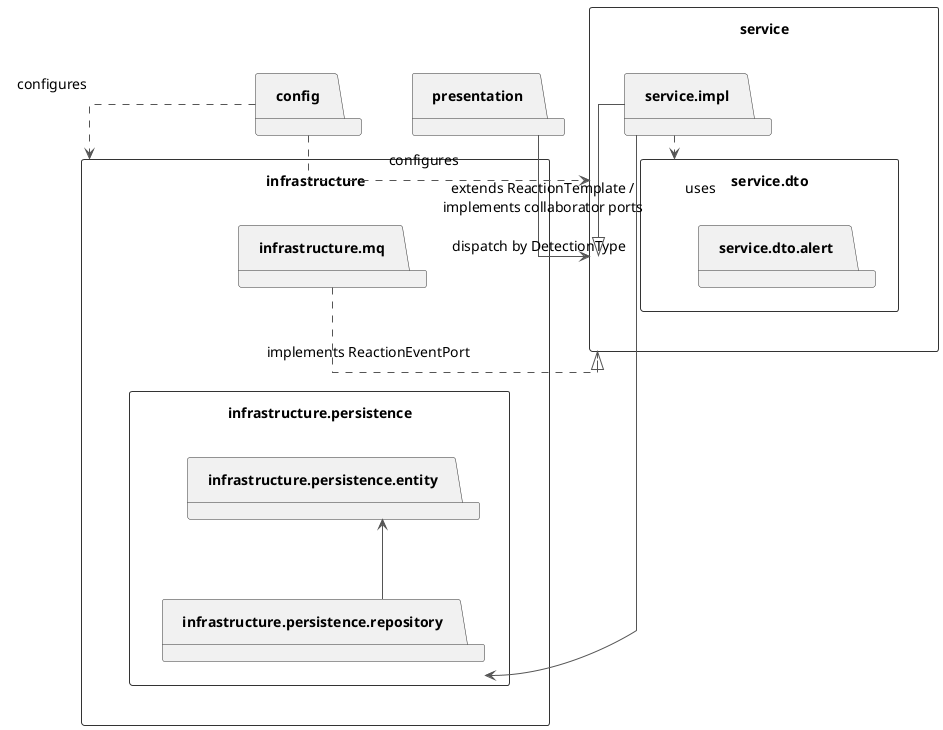
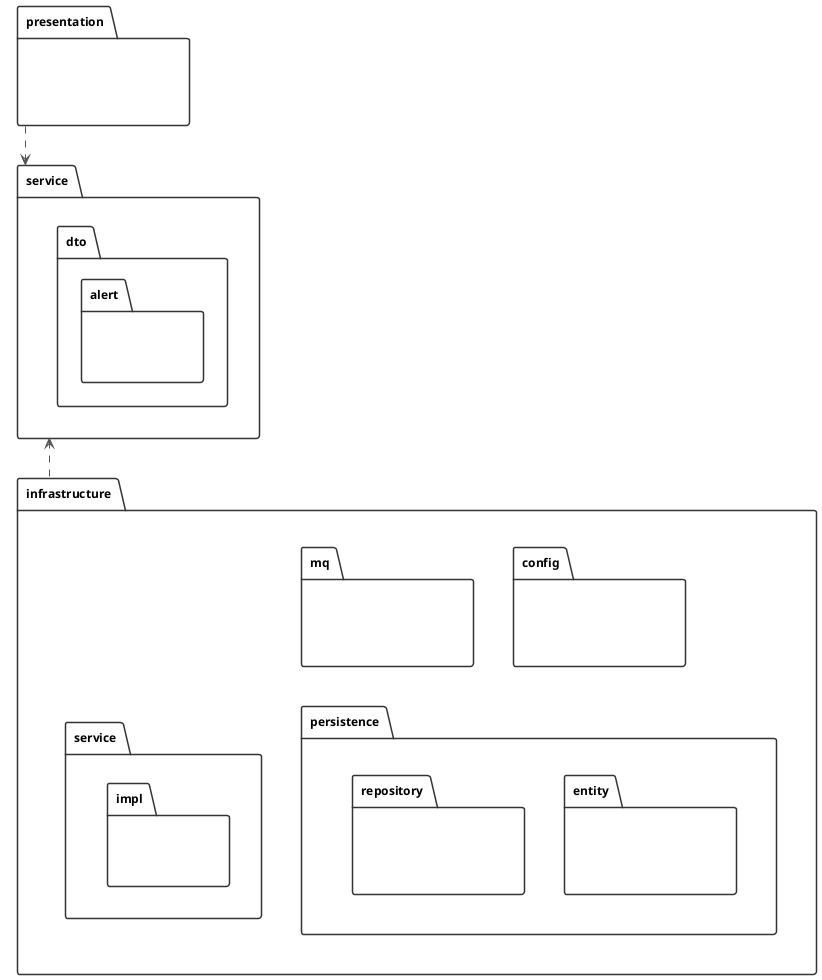
@startuml layered
top to bottom direction

skinparam shadowing false
- skinparam packageStyle rectangle
+ skinparam packageStyle folder
skinparam linetype ortho
skinparam defaultFontName "Sans"
skinparam ArrowColor #555555
skinparam packageBorderColor #333333
- skinparam padding 10
- skinparam ranksep 80
+ skinparam padding 5
+ skinparam ranksep 120
skinparam nodesep 50
- skinparam DefaultFontSize 14
- skinparam packageFontSize 14
+ skinparam DefaultFontSize 16
+ skinparam packageFontSize 12

hide circle
hide empty members

' =====================================================
' Generic Layered architecture
' Used by: reaction
' =====================================================

- package presentation
- 
- package config
+ package presentation {
+   class " " as _presentationA
+   class " " as _presentationB
+   hide _presentationA
+   hide _presentationB
+   _presentationA -[hidden]right- _presentationB
+ }

package service {
  package "service.dto" {
-     package "service.dto.alert"
+     package "service.dto.alert" {
+       class " " as _service_dto_alertA
+       class " " as _service_dto_alertB
+       hide _service_dto_alertA
+       hide _service_dto_alertB
+       _service_dto_alertA -[hidden]right- _service_dto_alertB
+     }
  }
- 
-   package "service.impl"
- 
-   service -[hidden]right- "service.dto"
-   "service.dto" -[hidden]right- "service.impl"
}

package infrastructure {
-   package "infrastructure.mq"
+   package "infrastructure.config" {
+     class " " as _infrastructure_configA
+     class " " as _infrastructure_configB
+     hide _infrastructure_configA
+     hide _infrastructure_configB
+     _infrastructure_configA -[hidden]right- _infrastructure_configB
+   }
+ 
+   package "infrastructure.mq" {
+     class " " as _infrastructure_mqA
+     class " " as _infrastructure_mqB
+     hide _infrastructure_mqA
+     hide _infrastructure_mqB
+     _infrastructure_mqA -[hidden]right- _infrastructure_mqB
+   }

  package "infrastructure.persistence" {
-     package "infrastructure.persistence.entity"
-     package "infrastructure.persistence.repository"
+     package "infrastructure.persistence.entity" {
+       class " " as _infrastructure_persistence_entityA
+       class " " as _infrastructure_persistence_entityB
+       hide _infrastructure_persistence_entityA
+       hide _infrastructure_persistence_entityB
+       _infrastructure_persistence_entityA -[hidden]right- _infrastructure_persistence_entityB
+     }
+     package "infrastructure.persistence.repository" {
+       class " " as _infrastructure_persistence_repositoryA
+       class " " as _infrastructure_persistence_repositoryB
+       hide _infrastructure_persistence_repositoryA
+       hide _infrastructure_persistence_repositoryB
+       _infrastructure_persistence_repositoryA -[hidden]right- _infrastructure_persistence_repositoryB
+     }

    "infrastructure.persistence.entity" -[hidden]right- "infrastructure.persistence.repository"
  }

+   package "infrastructure.service" {
+     package "infrastructure.service.impl" {
+       class " " as _infrastructure_service_implA
+       class " " as _infrastructure_service_implB
+       hide _infrastructure_service_implA
+       hide _infrastructure_service_implB
+       _infrastructure_service_implA -[hidden]right- _infrastructure_service_implB
+     }
+   }
+ 
+   "infrastructure.config" -[hidden]right- "infrastructure.mq"
  "infrastructure.mq" -[hidden]down- "infrastructure.persistence"
+   "infrastructure.persistence" -[hidden]right- "infrastructure.service"
}

' =====================================================
- ' Calls flow top-down through the layers; each layer
- ' only calls into the layer directly beneath it
+ ' Calls flow top-down through the layers; infrastructure
+ ' depends on service (infrastructure.service.impl implements
+ ' ports and uses DTOs declared in service, infrastructure.mq
+ ' implements ReactionEventPort), never the reverse.
' =====================================================

- presentation --> service : dispatch by DetectionType
+ presentation ..> service

- "service.impl" --|> service : extends ReactionTemplate /\nimplements collaborator ports
- "service.impl" ..> "service.dto" : uses
- 
- "service.impl" --> "infrastructure.persistence.repository"
- "infrastructure.persistence.repository" --> "infrastructure.persistence.entity"
- 
- "infrastructure.mq" ..|> service : implements ReactionEventPort
- 
- config ..> infrastructure : configures
- config ..> service : configures
+ infrastructure ..> service

' =====================================================
' Layout hints
' =====================================================

presentation -[hidden]down- service
service -[hidden]down- infrastructure
- config -[hidden]right- presentation

' No dedicated domain/application split: business rules, DTOs, and
' orchestration (ReactionTemplate, the collaborator port interfaces,
- ' and their impl/dto sub-packages) all live together under one
- ' "service" package. The layer still defines collaborator ports
- ' (e.g. ReactionEventPort) that an infrastructure adapter implements,
- ' but call flow is otherwise top-down: presentation -> service ->
- ' infrastructure.
+ ' and their dto sub-packages) live under "service", which declares
+ ' collaborator ports (e.g. ReactionEventPort, AlertService) that
+ ' infrastructure.service.impl implements alongside the Redis/JPA/MQ/
+ ' external-API adapters and config beans. Call flow is otherwise
+ ' top-down: presentation -> service -> infrastructure.

@enduml
